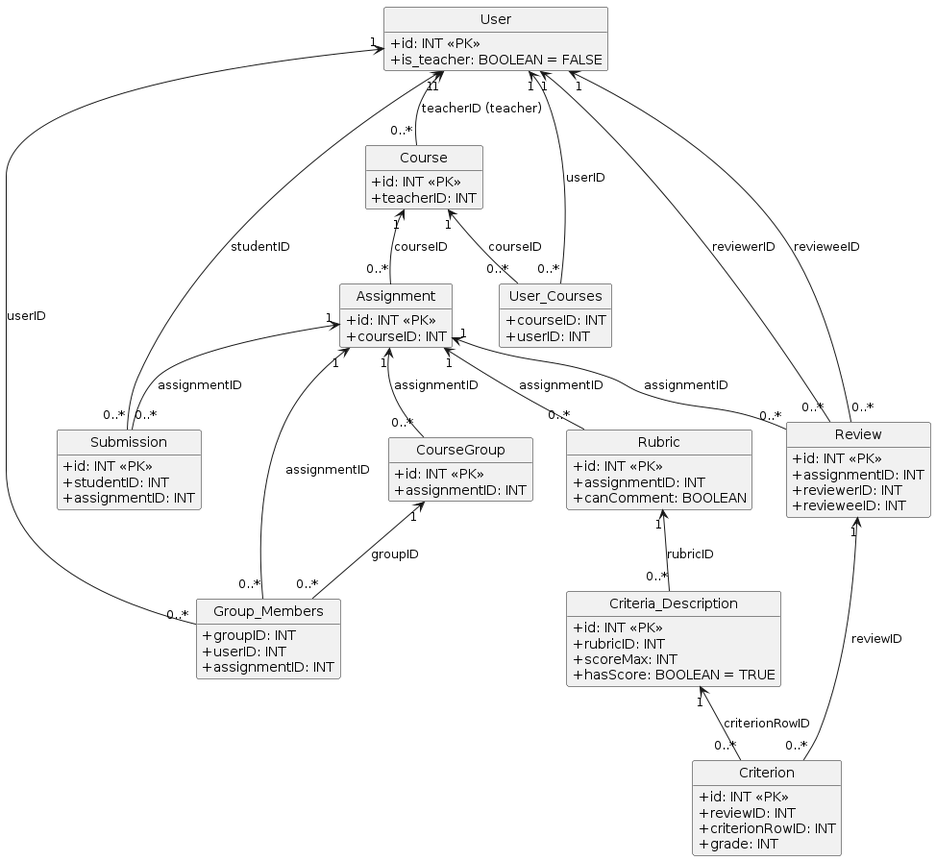
Before: docs/schema/database-schema.png, a diagram exported from PlantUML (Okanagan-College-COSC224-Winter-2026/okanagan-college-cosc224-winter-2026-classroom-50a2b5-the-project-cosc224-peer-evaluation-app).
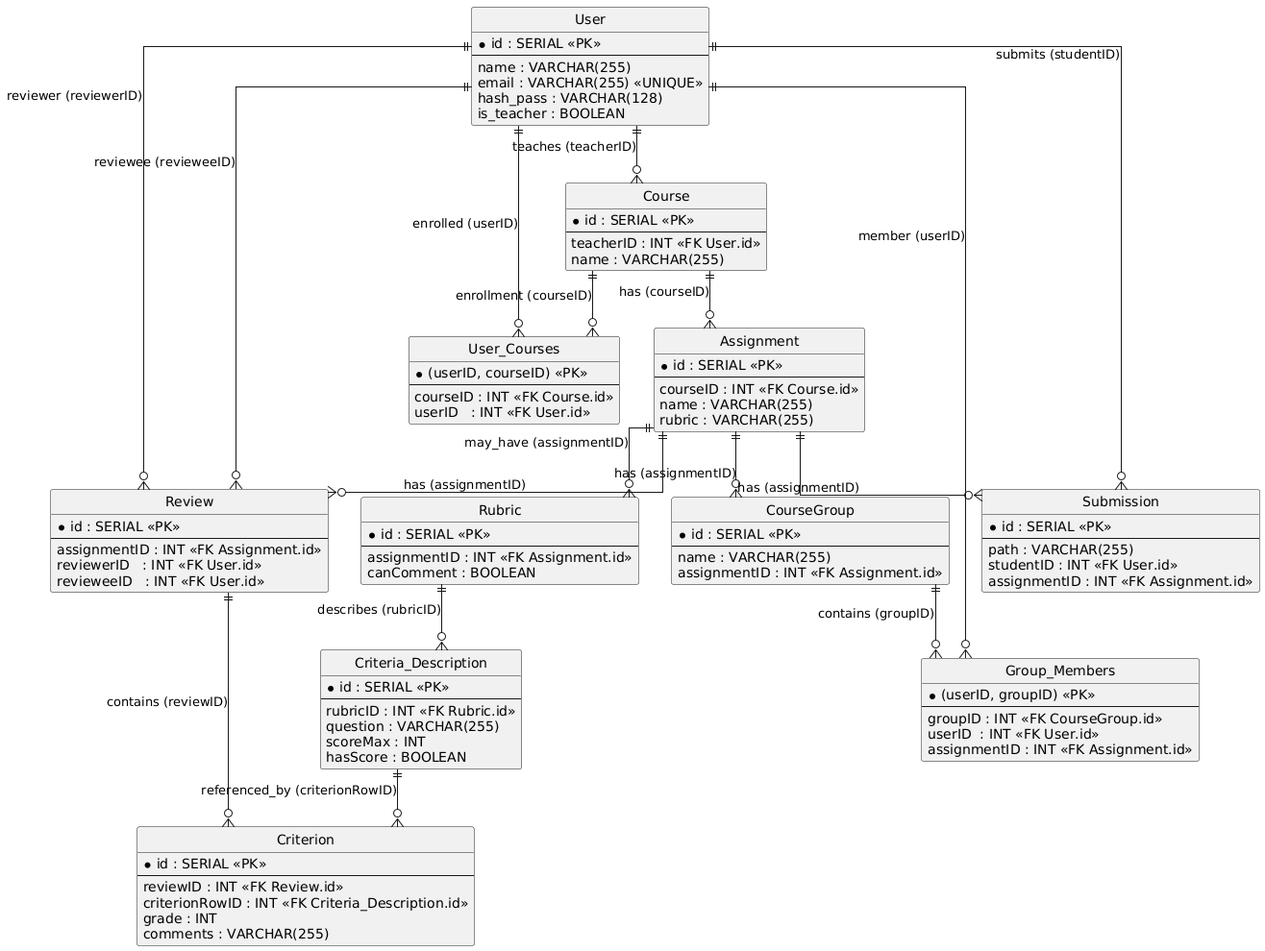
Later version of the same file.

Change to the diagram source:
```diff
@@ -1,105 +1,113 @@
 @startuml
 hide circle
-hide methods
-skinparam classAttributeIconSize 0
+skinparam linetype ortho
 
-class User {
-  +id: INT <<PK>>
-  +name: VARCHAR(255)
-  +email: VARCHAR(255) <<UNIQUE>>
-  +hash_pass: VARCHAR(128)
-  +is_teacher: BOOLEAN = FALSE
+entity "User" as U {
+  * id : SERIAL <<PK>>
+  --
+  name : VARCHAR(255)
+  email : VARCHAR(255) <<UNIQUE>>
+  hash_pass : VARCHAR(128)
+  is_teacher : BOOLEAN
 }
 
-class Course {
-  +id: INT <<PK>>
-  +teacherID: INT
-  +name: VARCHAR(255)
+entity "Course" as C {
+  * id : SERIAL <<PK>>
+  --
+  teacherID : INT <<FK User.id>>
+  name : VARCHAR(255)
 }
 
-class Assignment {
-  +id: INT <<PK>>
-  +courseID: INT
-  +name: VARCHAR(255)
-  +rubric: VARCHAR(255)
+entity "Assignment" as A {
+  * id : SERIAL <<PK>>
+  --
+  courseID : INT <<FK Course.id>>
+  name : VARCHAR(255)
+  rubric : VARCHAR(255)
 }
 
-class CourseGroup {
-  +id: INT <<PK>>
-  +name: VARCHAR(255)
-  +assignmentID: INT
+entity "CourseGroup" as CG {
+  * id : SERIAL <<PK>>
+  --
+  name : VARCHAR(255)
+  assignmentID : INT <<FK Assignment.id>>
 }
 
-class Submission {
-  +id: INT <<PK>>
-  +path: VARCHAR(255)
-  +studentID: INT
-  +assignmentID: INT
+entity "Submission" as S {
+  * id : SERIAL <<PK>>
+  --
+  path : VARCHAR(255)
+  studentID : INT <<FK User.id>>
+  assignmentID : INT <<FK Assignment.id>>
 }
 
-class Group_Members {
-  +groupID: INT
-  +userID: INT
-  +assignmentID: INT
-  -- PK (userID, groupID)
+entity "Group_Members" as GM {
+  * (userID, groupID) <<PK>>
+  --
+  groupID : INT <<FK CourseGroup.id>>
+  userID  : INT <<FK User.id>>
+  assignmentID : INT <<FK Assignment.id>>
 }
 
-class User_Courses {
-  +courseID: INT
-  +userID: INT
-  -- PK (userID, courseID)
+entity "User_Courses" as UC {
+  * (userID, courseID) <<PK>>
+  --
+  courseID : INT <<FK Course.id>>
+  userID   : INT <<FK User.id>>
 }
 
-class Review {
-  +id: INT <<PK>>
-  +assignmentID: INT
-  +reviewerID: INT
-  +revieweeID: INT
+entity "Review" as R {
+  * id : SERIAL <<PK>>
+  --
+  assignmentID : INT <<FK Assignment.id>>
+  reviewerID   : INT <<FK User.id>>
+  revieweeID   : INT <<FK User.id>>
 }
 
-class Criterion {
-  +id: INT <<PK>>
-  +reviewID: INT
-  +criterionRowID: INT
-  +grade: INT
-  +comments: VARCHAR(255)
+entity "Criterion" as CR {
+  * id : SERIAL <<PK>>
+  --
+  reviewID : INT <<FK Review.id>>
+  criterionRowID : INT <<FK Criteria_Description.id>>
+  grade : INT
+  comments : VARCHAR(255)
 }
 
-class Rubric {
-  +id: INT <<PK>>
-  +assignmentID: INT
-  +canComment: BOOLEAN
+entity "Rubric" as RB {
+  * id : SERIAL <<PK>>
+  --
+  assignmentID : INT <<FK Assignment.id>>
+  canComment : BOOLEAN
 }
 
-class Criteria_Description {
-  +id: INT <<PK>>
-  +rubricID: INT
-  +question: VARCHAR(255)
-  +scoreMax: INT
-  +hasScore: BOOLEAN = TRUE
+entity "Criteria_Description" as CD {
+  * id : SERIAL <<PK>>
+  --
+  rubricID : INT <<FK Rubric.id>>
+  question : VARCHAR(255)
+  scoreMax : INT
+  hasScore : BOOLEAN
 }
 
-User "1" <-- "0..*" Course : teacherID (teacher)
-Course "1" <-- "0..*" Assignment : courseID
-Assignment "1" <-- "0..*" CourseGroup : assignmentID
+U ||--o{ C    : teaches (teacherID)
+C ||--o{ A    : has (courseID)
+A ||--o{ CG   : has (assignmentID)
+A ||--o{ S    : has (assignmentID)
+U ||--o{ S    : submits (studentID)
 
-User "1" <-- "0..*" Submission : studentID
-Assignment "1" <-- "0..*" Submission : assignmentID
+CG ||--o{ GM  : contains (groupID)
+U ||--o{ GM   : member (userID)
 
-CourseGroup "1" <-- "0..*" Group_Members : groupID
-User "1" <-- "0..*" Group_Members : userID
-Assignment "1" <-- "0..*" Group_Members : assignmentID
+C ||--o{ UC  : enrollment (courseID)
+U ||--o{ UC  : enrolled (userID)
 
-User "1" <-- "0..*" User_Courses : userID
-Course "1" <-- "0..*" User_Courses : courseID
+A ||--o{ R   : has (assignmentID)
+U ||--o{ R   : reviewer (reviewerID)
+U ||--o{ R   : reviewee (revieweeID)
 
-Assignment "1" <-- "0..*" Review : assignmentID
-User "1" <-- "0..*" Review : reviewerID
-User "1" <-- "0..*" Review : revieweeID
+R ||--o{ CR  : contains (reviewID)
+CD ||--o{ CR : referenced_by (criterionRowID)
 
-Review "1" <-- "0..*" Criterion : reviewID
-Criteria_Description "1" <-- "0..*" Criterion : criterionRowID
-
-Assignment "1" <-- "0..*" Rubric : assignmentID
-Rubric "1" <-- "0..*" Criteria_Description : rubricID
+A ||--o{ RB  : may_have (assignmentID)
+RB ||--o{ CD : describes (rubricID)
 @enduml
```
